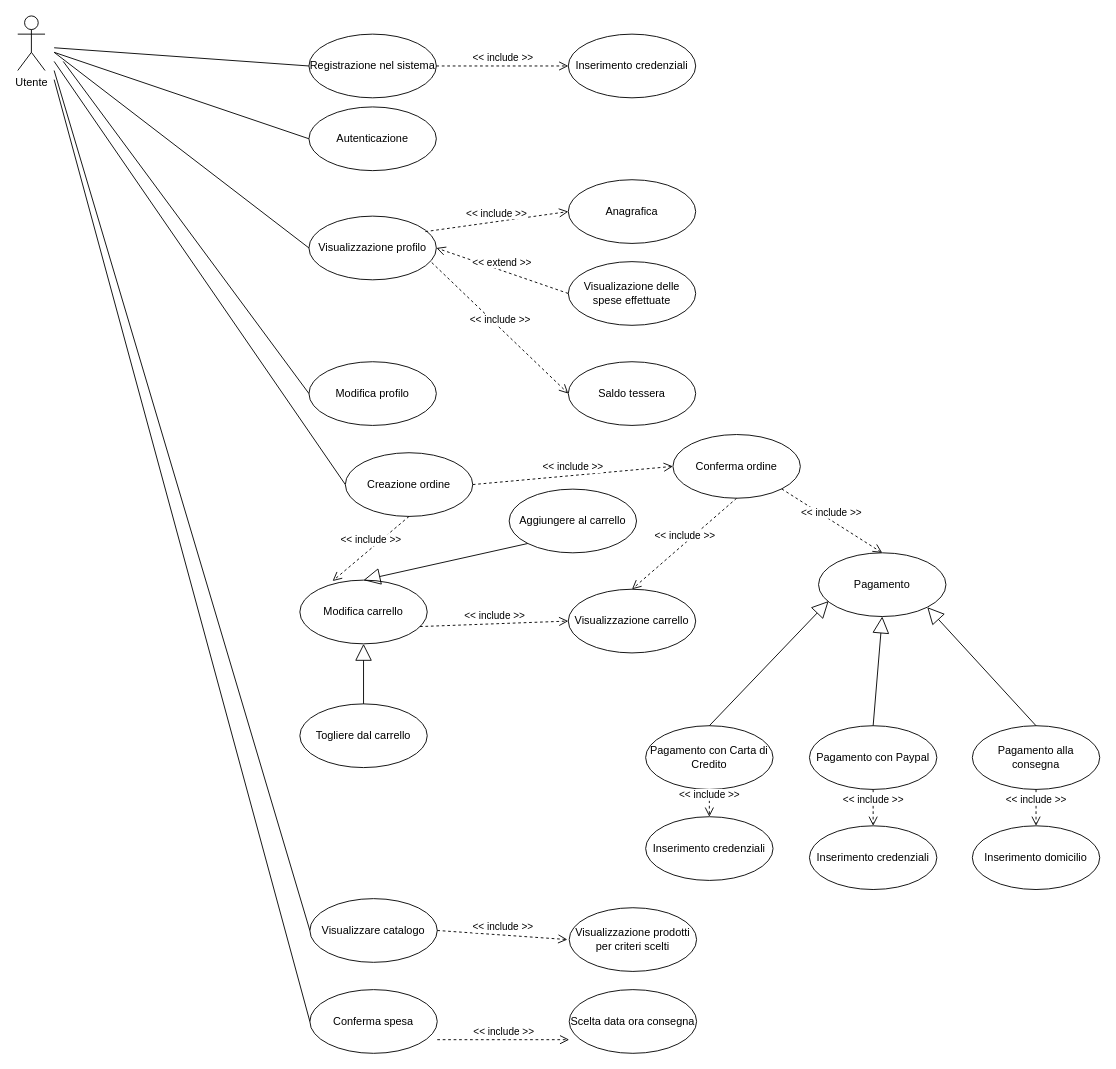
This is UseCaseUtente.drawio from LorenzoMioso/ProgettoIngegneriaDelSoftware, a draw.io file, before an edit. Source tidied: cells renumbered, new cells numbered last; positions are measured from the earlier drawing's top-left corner, leaving out a move shared by most shapes. Both pictures are drawn from the tidied source at 91%, with x=0, y=0 at pixel (17, 15).
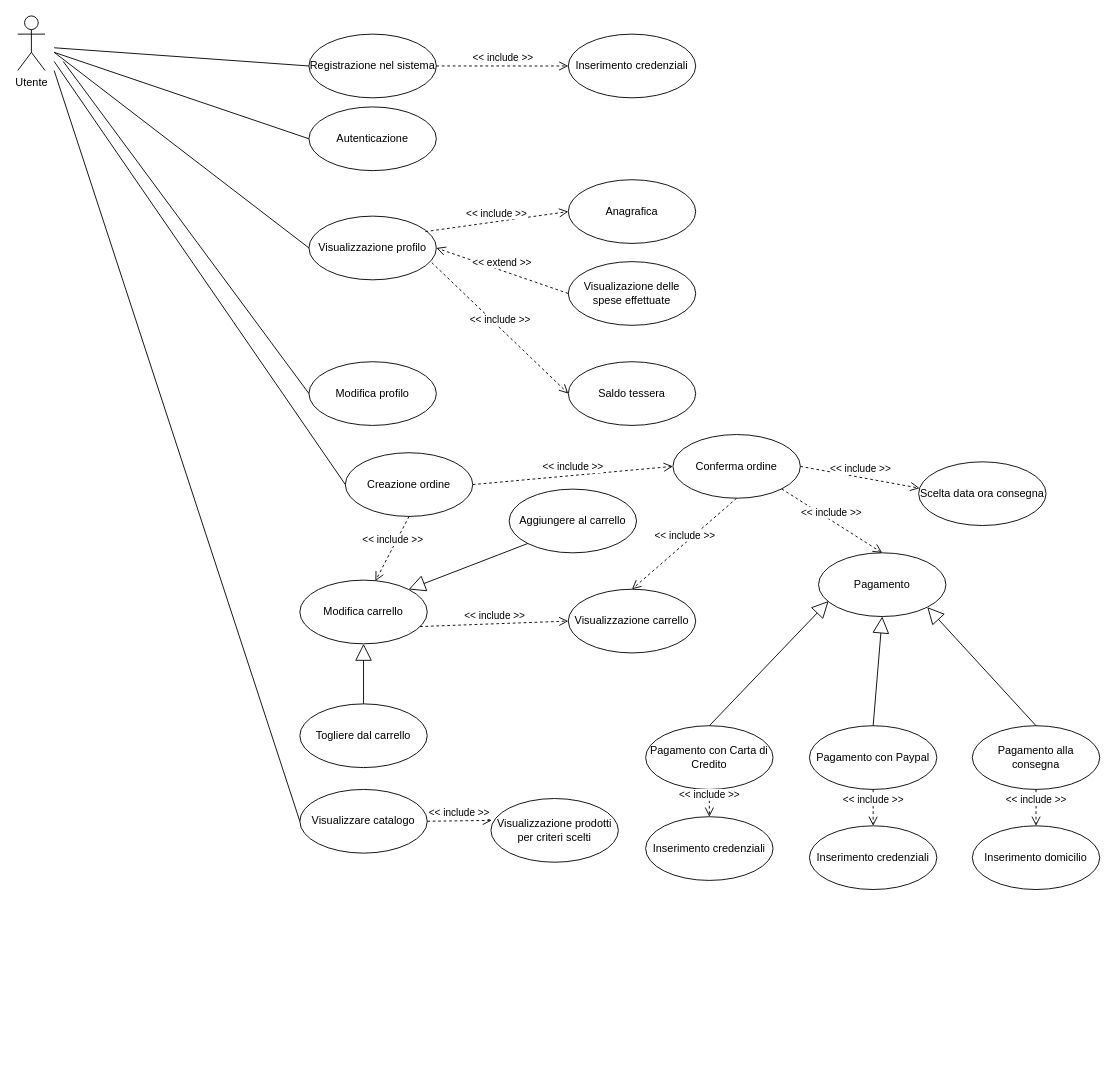
Above is the later version.

Unchanged cells that the change refers to:
```xml
<mxCell id="5" value="Modifica carrello" style="ellipse;whiteSpace=wrap;html=1;" parent="1" vertex="1">
  <mxGeometry x="310" y="620" width="140" height="70" as="geometry" />
</mxCell>
<mxCell id="31" value="Aggiungere al carrello" style="ellipse;whiteSpace=wrap;html=1;" parent="1" vertex="1">
  <mxGeometry x="540" y="520" width="140" height="70" as="geometry" />
</mxCell>
<mxCell id="35" value="Conferma ordine" style="ellipse;whiteSpace=wrap;html=1;" parent="1" vertex="1">
  <mxGeometry x="720" y="460" width="140" height="70" as="geometry" />
</mxCell>
<mxCell id="36" value="Creazione ordine" style="ellipse;whiteSpace=wrap;html=1;" parent="1" vertex="1">
  <mxGeometry x="360" y="480" width="140" height="70" as="geometry" />
</mxCell>
```

Change to the diagram source:
```diff
@@
     <mxCell id="7" value="Visualizzare catalogo" style="ellipse;whiteSpace=wrap;html=1;" parent="1" vertex="1">
-      <mxGeometry x="321" y="970" width="140" height="70" as="geometry" />
+      <mxGeometry x="310" y="850" width="140" height="70" as="geometry" />
     </mxCell>
@@
     <mxCell id="10" value="Visualizzazione prodotti per criteri scelti" style="ellipse;whiteSpace=wrap;html=1;" parent="1" vertex="1">
-      <mxGeometry x="606" y="980" width="140" height="70" as="geometry" />
+      <mxGeometry x="520" y="860" width="140" height="70" as="geometry" />
     </mxCell>
-    <mxCell id="11" value="&amp;lt;&amp;lt; include &amp;gt;&amp;gt;" style="html=1;verticalAlign=bottom;endArrow=open;dashed=1;endSize=8;exitX=1;exitY=0.5;exitDx=0;exitDy=0;" parent="1" edge="1" source="7">
-      <mxGeometry relative="1" as="geometry">
-        <mxPoint x="604" y="1015" as="targetPoint" />
-      </mxGeometry>
+    <mxCell id="11" value="&amp;lt;&amp;lt; include &amp;gt;&amp;gt;" style="html=1;verticalAlign=bottom;endArrow=open;dashed=1;endSize=8;exitX=1;exitY=0.5;exitDx=0;exitDy=0;entryX=0.007;entryY=0.343;entryDx=0;entryDy=0;entryPerimeter=0;" parent="1" edge="1" source="7" target="10">
+      <mxGeometry relative="1" as="geometry" />
     </mxCell>
-    <mxCell id="12" value="Conferma spesa" style="ellipse;whiteSpace=wrap;html=1;" parent="1" vertex="1">
-      <mxGeometry x="321" y="1070" width="140" height="70" as="geometry" />
-    </mxCell>
@@
-    <mxCell id="14" style="endArrow=none;html=1;entryX=0;entryY=0.5;entryDx=0;entryDy=0;" parent="1" edge="1" target="12">
-      <mxGeometry relative="1" as="geometry">
-        <mxPoint x="40" y="70" as="sourcePoint" />
-      </mxGeometry>
-    </mxCell>
     <mxCell id="15" value="Scelta data ora consegna" style="ellipse;whiteSpace=wrap;html=1;" parent="1" vertex="1">
-      <mxGeometry x="606" y="1070" width="140" height="70" as="geometry" />
+      <mxGeometry x="990" y="490" width="140" height="70" as="geometry" />
     </mxCell>
-    <mxCell id="16" value="&amp;lt;&amp;lt; include &amp;gt;&amp;gt;" style="html=1;verticalAlign=bottom;endArrow=open;dashed=1;endSize=8;exitX=1;exitY=0.5;exitDx=0;exitDy=0;entryX=0;entryY=0.5;entryDx=0;entryDy=0;" parent="1" edge="1">
-      <mxGeometry relative="1" as="geometry">
-        <mxPoint x="461" y="1125" as="sourcePoint" />
-        <mxPoint x="606" y="1125" as="targetPoint" />
-      </mxGeometry>
-    </mxCell>
@@
-    <mxCell id="32" style="endArrow=block;endSize=16;endFill=0;html=1;entryX=0.5;entryY=0;entryDx=0;entryDy=0;exitX=0;exitY=1;exitDx=0;exitDy=0;" parent="1" edge="1" source="31" target="5">
+    <mxCell id="32" style="endArrow=block;endSize=16;endFill=0;html=1;entryX=1;entryY=0;entryDx=0;entryDy=0;exitX=0;exitY=1;exitDx=0;exitDy=0;" parent="1" edge="1" source="31" target="5">
       <mxGeometry x="-0.1" y="-44" relative="1" as="geometry" />
     </mxCell>
@@
-    <mxCell id="38" value="&amp;lt;&amp;lt; include &amp;gt;&amp;gt;" style="html=1;verticalAlign=bottom;endArrow=open;dashed=1;endSize=8;entryX=0.257;entryY=0.014;entryDx=0;entryDy=0;exitX=0.5;exitY=1;exitDx=0;exitDy=0;entryPerimeter=0;" parent="1" edge="1" source="36" target="5">
+    <mxCell id="38" value="&amp;lt;&amp;lt; include &amp;gt;&amp;gt;" style="html=1;verticalAlign=bottom;endArrow=open;dashed=1;endSize=8;entryX=0.593;entryY=0.014;entryDx=0;entryDy=0;exitX=0.5;exitY=1;exitDx=0;exitDy=0;entryPerimeter=0;" parent="1" edge="1" source="36" target="5">
       <mxGeometry relative="1" as="geometry" />
     </mxCell>
@@
+    <mxCell id="16" value="&amp;lt;&amp;lt; include &amp;gt;&amp;gt;" style="html=1;verticalAlign=bottom;endArrow=open;dashed=1;endSize=8;entryX=0.007;entryY=0.414;entryDx=0;entryDy=0;exitX=1;exitY=0.5;exitDx=0;exitDy=0;entryPerimeter=0;" parent="1" edge="1" source="35" target="15">
+      <mxGeometry relative="1" as="geometry" />
+    </mxCell>
```
